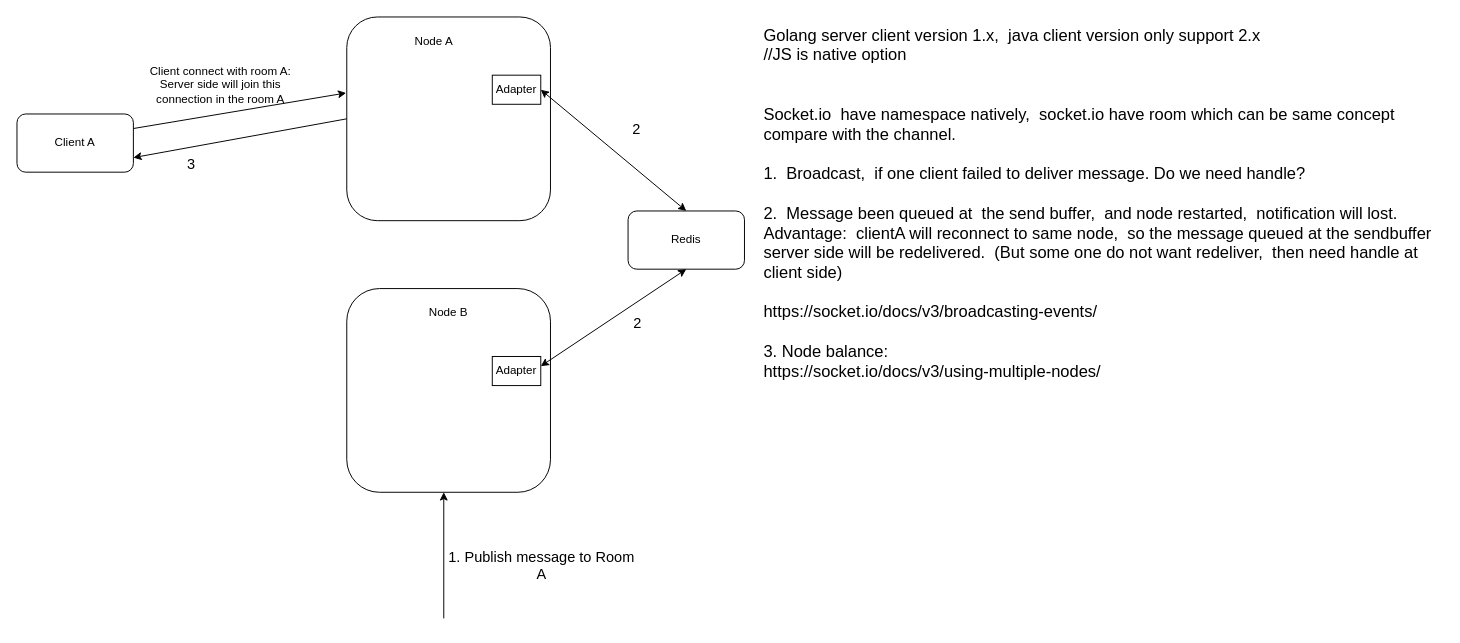
This is page "socket.io push" (3 of 5) of HP/whole_auth.drawio from zhangwm1987/mydraw_io, a draw.io file, before an edit. Source tidied: cells renumbered, new cells numbered last; positions are measured from the earlier drawing's top-left corner, leaving out a move shared by most shapes. Both pictures are drawn from the tidied source at 97%, with x=0, y=0 at pixel (16, 16).
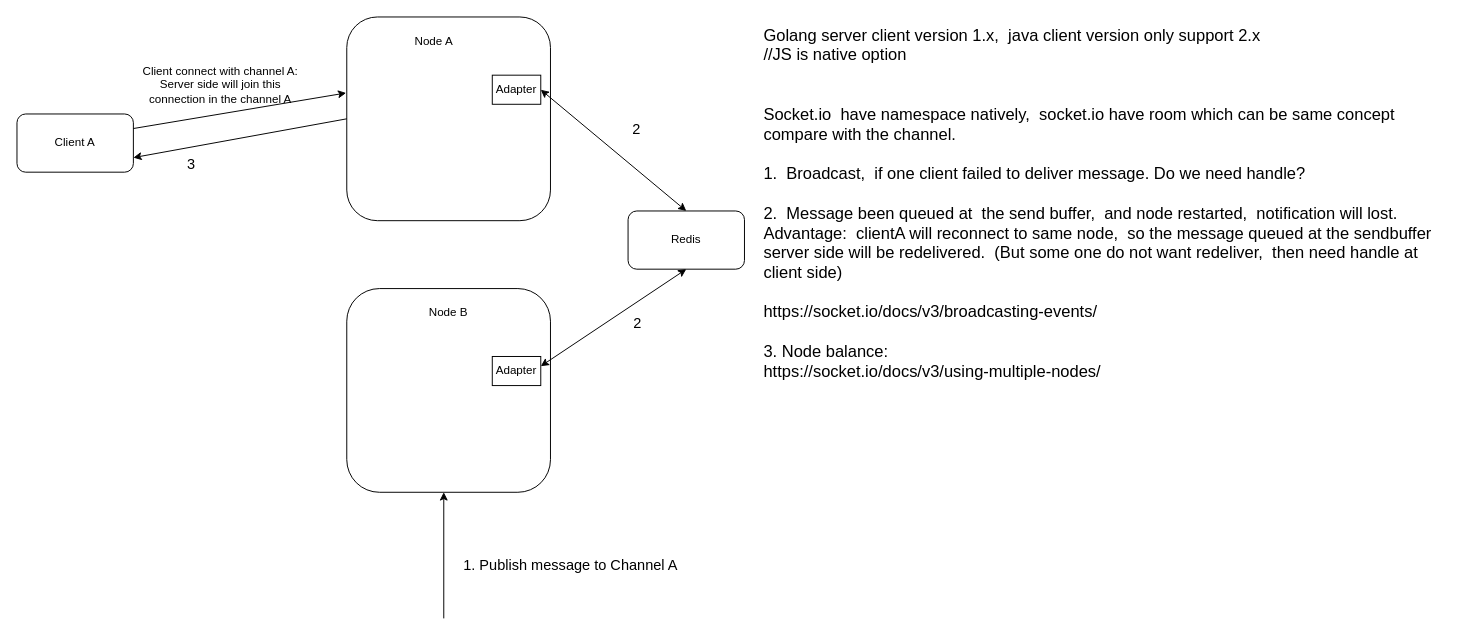
The same diagram, later.

Change to the diagram source:
```diff
@@
-    <mxCell id="12" value="&lt;font style=&quot;font-size: 15px&quot;&gt;1. Publish message to Room A&lt;/font&gt;" style="text;html=1;strokeColor=none;fillColor=none;align=center;verticalAlign=middle;whiteSpace=wrap;rounded=0;" parent="1" vertex="1">
-      <mxGeometry x="442" y="550" width="198" height="30" as="geometry" />
+    <mxCell id="12" value="&lt;font style=&quot;font-size: 15px&quot;&gt;1. Publish message to Channel A&lt;/font&gt;" style="text;html=1;strokeColor=none;fillColor=none;align=center;verticalAlign=middle;whiteSpace=wrap;rounded=0;" parent="1" vertex="1">
+      <mxGeometry x="442" y="550" width="258" height="30" as="geometry" />
     </mxCell>
@@
-    <mxCell id="15" value="Client connect with room A:&lt;br&gt;Server side will join this connection in the room A" style="text;html=1;strokeColor=none;fillColor=none;align=center;verticalAlign=middle;whiteSpace=wrap;rounded=0;" parent="1" vertex="1">
+    <mxCell id="15" value="Client connect with channel A:&lt;br&gt;Server side will join this connection in the channel A" style="text;html=1;strokeColor=none;fillColor=none;align=center;verticalAlign=middle;whiteSpace=wrap;rounded=0;" parent="1" vertex="1">
       <mxGeometry x="120" y="60" width="180" height="20" as="geometry" />
     </mxCell>
```
